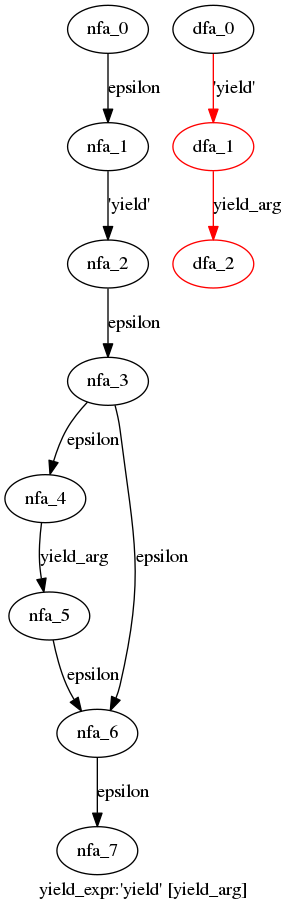
The Graphviz diagram cpython/grammar/handwrite/nfa_dfas/86.yield_expr.dot.png in WinChua/blog, before a commit. Its source is kept beside it as cpython/grammar/handwrite/nfa_dfas/86.yield_expr.dot. Its diagram source:
```dot
digraph yield_expr {
 graph[label="yield_expr:'yield' [yield_arg]"]
 subgraph yield_expr_nfa {
  nfa_0->nfa_1[label="epsilon"]
  nfa_1->nfa_2[label="'yield'"]
  nfa_2->nfa_3[label="epsilon"]
  nfa_3->nfa_4[label="epsilon"]
  nfa_4->nfa_5[label="yield_arg"]
  nfa_5->nfa_6[label="epsilon"]
  nfa_6->nfa_7[label="epsilon"]
  nfa_3->nfa_6[label="epsilon"]
  }
 subgraph yield_expr_dfa {
  dfa_0->dfa_1[label="'yield'",color=red]
  dfa_1->dfa_2[label="yield_arg",color=red]
  dfa_1[color=red]
  dfa_2[color=red]
  }
}
```
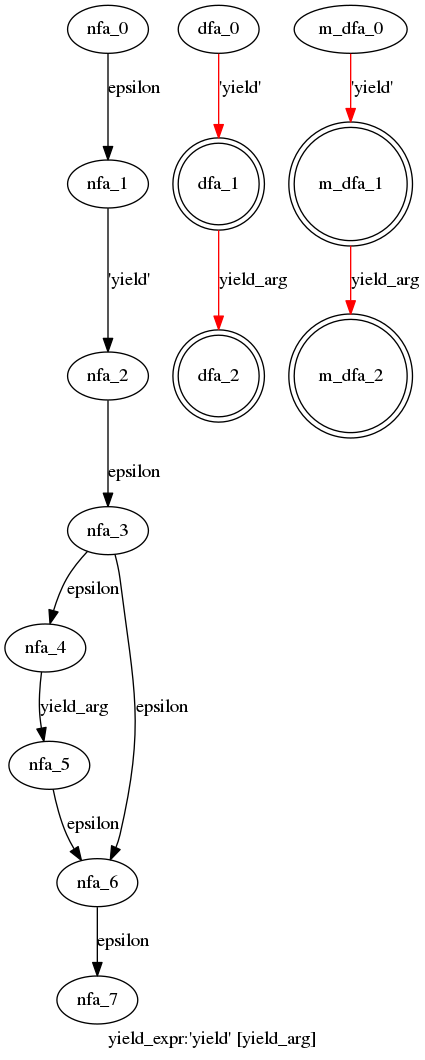
Above is the later version.

The edit, as a diff of the source:
```diff
@@ -13,7 +13,13 @@
  subgraph yield_expr_dfa {
   dfa_0->dfa_1[label="'yield'",color=red]
   dfa_1->dfa_2[label="yield_arg",color=red]
-  dfa_1[color=red]
-  dfa_2[color=red]
+  dfa_1[shape=doublecircle]
+  dfa_2[shape=doublecircle]
+  }
+ subgraph yield_expr_m_dfa {
+  m_dfa_0->m_dfa_1[label="'yield'",color=red]
+  m_dfa_1->m_dfa_2[label="yield_arg",color=red]
+  m_dfa_1[shape=doublecircle]
+  m_dfa_2[shape=doublecircle]
   }
 }
```
